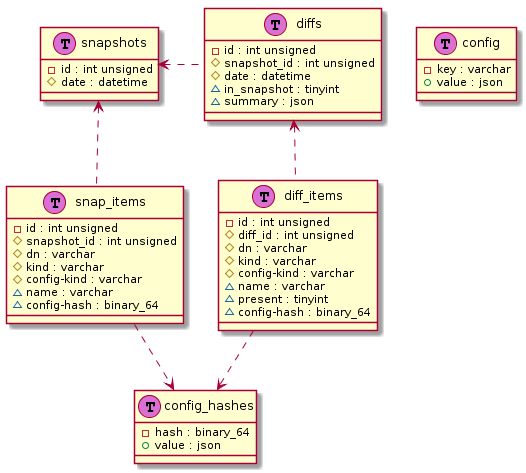
Earlier version of the PlantUML export diagrams/db/db-hash-new-proposal.png (kubevious/media).
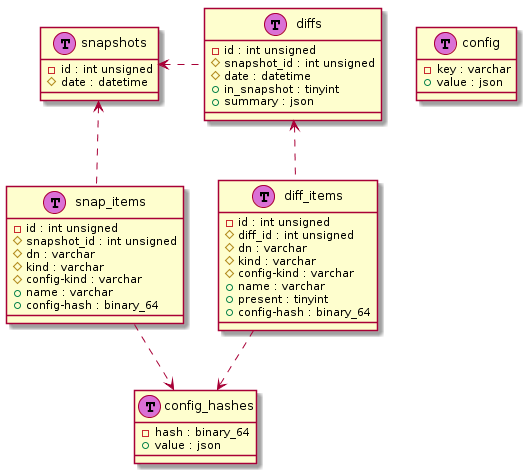
After the commit.

What changed in the source:
```diff
@@ -20,16 +20,16 @@
     #dn : varchar
     #kind : varchar
     #config-kind : varchar
-    ~name : varchar
-    ~config-hash : binary_64
+    +name : varchar
+    +config-hash : binary_64
 }
 
 class diffs << (T, orchid) >> {
     -id : int unsigned
     #snapshot_id : int unsigned
     #date : datetime
-    ~in_snapshot : tinyint
-    ~summary : json
+    +in_snapshot : tinyint
+    +summary : json
 }
 
 class diff_items << (T, orchid) >> {
@@ -38,9 +38,9 @@
     #dn : varchar
     #kind : varchar
     #config-kind : varchar
-    ~name : varchar
-    ~present : tinyint
-    ~config-hash : binary_64
+    +name : varchar
+    +present : tinyint
+    +config-hash : binary_64
 }
 
 snapshots <.. snap_items
```
